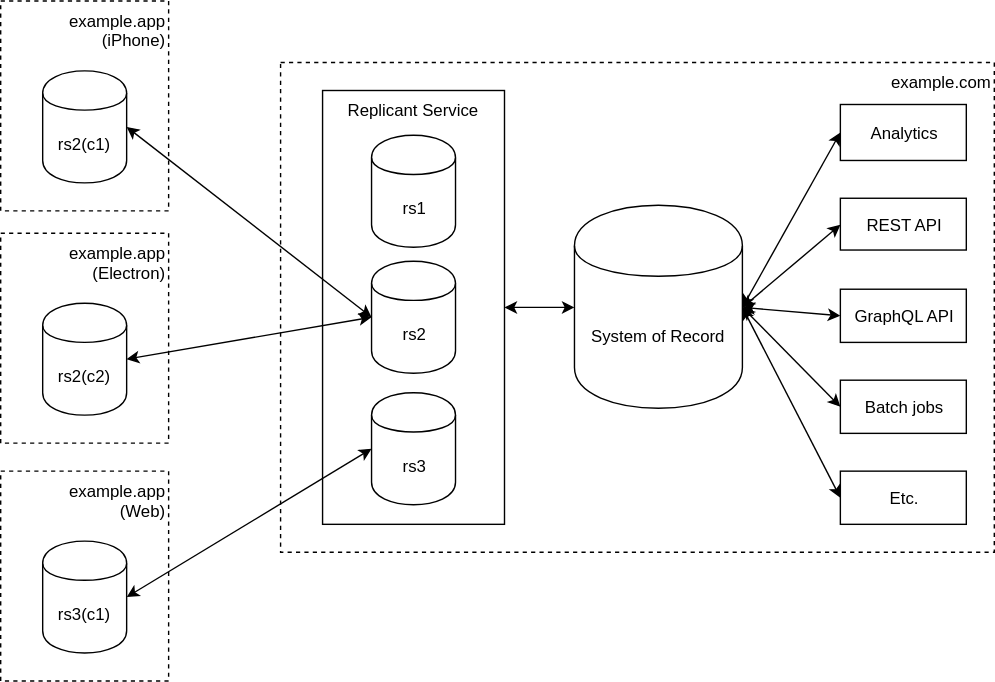
Before: replicant.svg, a diagram exported from draw.io (rocicorp/diff-server). Source tidied: cells renumbered, new cells last; positions are measured from the earlier drawing's top-left corner, leaving out a move shared by most shapes. The source it was exported from:
```xml
<mxGraphModel>
  <root>
    <mxCell id="0" />
    <mxCell id="1" parent="0" />
    <mxCell id="2" value="example.com" style="rounded=0.5;whiteSpace=wrap;html=1;dashed=1;glass=0;verticalAlign=top;align=right;" parent="1" vertex="1">
      <mxGeometry x="200" y="44" width="510" height="350" as="geometry" />
    </mxCell>
    <mxCell id="3" value="System of Record" style="shape=cylinder;whiteSpace=wrap;html=1;boundedLbl=1;backgroundOutline=1;" parent="1" vertex="1">
      <mxGeometry x="410" y="146" width="120" height="145" as="geometry" />
    </mxCell>
    <mxCell id="4" style="endArrow=classic;html=1;exitX=1;exitY=0.5;exitDx=0;exitDy=0;startArrow=classic;startFill=1;entryX=0;entryY=0.5;entryDx=0;entryDy=0;" parent="1" edge="1" source="8" target="3">
      <mxGeometry relative="1" as="geometry" />
    </mxCell>
    <mxCell id="5" style="endArrow=classic;startArrow=classic;html=1;exitX=1;exitY=0.5;exitDx=0;exitDy=0;entryX=0;entryY=0.5;entryDx=0;entryDy=0;" parent="1" edge="1" source="3" target="7">
      <mxGeometry relative="1" as="geometry" />
    </mxCell>
    <mxCell id="6" style="endArrow=classic;startArrow=classic;html=1;exitX=1;exitY=0.5;exitDx=0;exitDy=0;entryX=0;entryY=0.5;entryDx=0;entryDy=0;" parent="1" edge="1" source="3" target="12">
      <mxGeometry relative="1" as="geometry" />
    </mxCell>
    <mxCell id="7" value="Analytics&lt;br&gt;" style="rounded=0;whiteSpace=wrap;html=1;" parent="1" vertex="1">
      <mxGeometry x="600" y="74" width="90" height="40" as="geometry" />
    </mxCell>
    <mxCell id="8" value="Replicant Service" style="rounded=0;whiteSpace=wrap;html=1;verticalAlign=top;" parent="1" vertex="1">
      <mxGeometry x="230" y="64" width="130" height="310" as="geometry" />
    </mxCell>
    <mxCell id="9" value="rs1" style="shape=cylinder;whiteSpace=wrap;html=1;boundedLbl=1;backgroundOutline=1;rounded=1;glass=0;align=center;" parent="1" vertex="1">
      <mxGeometry x="265" y="96" width="60" height="80" as="geometry" />
    </mxCell>
    <mxCell id="10" value="rs2" style="shape=cylinder;whiteSpace=wrap;html=1;boundedLbl=1;backgroundOutline=1;rounded=1;glass=0;align=center;" parent="1" vertex="1">
      <mxGeometry x="265" y="186" width="60" height="80" as="geometry" />
    </mxCell>
    <mxCell id="11" value="rs3" style="shape=cylinder;whiteSpace=wrap;html=1;boundedLbl=1;backgroundOutline=1;rounded=1;glass=0;align=center;" parent="1" vertex="1">
      <mxGeometry x="265" y="280" width="60" height="80" as="geometry" />
    </mxCell>
    <mxCell id="12" value="REST API&lt;br&gt;" style="rounded=0;whiteSpace=wrap;html=1;" parent="1" vertex="1">
      <mxGeometry x="600" y="141" width="90" height="37" as="geometry" />
    </mxCell>
    <mxCell id="13" value="GraphQL API&lt;br&gt;" style="rounded=0;whiteSpace=wrap;html=1;" parent="1" vertex="1">
      <mxGeometry x="600" y="206" width="90" height="38" as="geometry" />
    </mxCell>
    <mxCell id="14" value="Batch jobs&lt;br&gt;" style="rounded=0;whiteSpace=wrap;html=1;" parent="1" vertex="1">
      <mxGeometry x="600" y="271" width="90" height="38" as="geometry" />
    </mxCell>
    <mxCell id="15" value="Etc.&lt;br&gt;" style="rounded=0;whiteSpace=wrap;html=1;" parent="1" vertex="1">
      <mxGeometry x="600" y="336" width="90" height="38" as="geometry" />
    </mxCell>
    <mxCell id="16" style="endArrow=classic;startArrow=classic;html=1;exitX=1;exitY=0.5;exitDx=0;exitDy=0;entryX=0;entryY=0.5;entryDx=0;entryDy=0;" parent="1" edge="1" source="3" target="13">
      <mxGeometry relative="1" as="geometry" />
    </mxCell>
    <mxCell id="17" style="endArrow=classic;startArrow=classic;html=1;exitX=1;exitY=0.5;exitDx=0;exitDy=0;entryX=0;entryY=0.5;entryDx=0;entryDy=0;" parent="1" edge="1" source="3" target="14">
      <mxGeometry relative="1" as="geometry" />
    </mxCell>
    <mxCell id="18" style="endArrow=classic;startArrow=classic;html=1;exitX=1;exitY=0.5;exitDx=0;exitDy=0;entryX=0;entryY=0.5;entryDx=0;entryDy=0;" parent="1" edge="1" source="3" target="15">
      <mxGeometry relative="1" as="geometry" />
    </mxCell>
    <mxCell id="19" style="group;" parent="1" vertex="1">
      <mxGeometry width="120" height="150" as="geometry" />
    </mxCell>
    <mxCell id="20" value="example.app&lt;br&gt;(iPhone)" style="rounded=0;whiteSpace=wrap;html=1;glass=0;align=right;verticalAlign=top;dashed=1;" parent="19" vertex="1">
      <mxGeometry width="120" height="150" as="geometry" />
    </mxCell>
    <mxCell id="21" value="rs2(c1)" style="shape=cylinder;whiteSpace=wrap;html=1;boundedLbl=1;backgroundOutline=1;rounded=1;glass=0;align=center;" parent="19" vertex="1">
      <mxGeometry x="30" y="50" width="60" height="80" as="geometry" />
    </mxCell>
    <mxCell id="22" style="group;" parent="1" vertex="1">
      <mxGeometry y="166" width="120" height="150" as="geometry" />
    </mxCell>
    <mxCell id="23" value="example.app&lt;br&gt;(Electron)" style="rounded=0;whiteSpace=wrap;html=1;glass=0;align=right;verticalAlign=top;dashed=1;" parent="22" vertex="1">
      <mxGeometry width="120" height="150" as="geometry" />
    </mxCell>
    <mxCell id="24" value="rs2(c2)" style="shape=cylinder;whiteSpace=wrap;html=1;boundedLbl=1;backgroundOutline=1;rounded=1;glass=0;align=center;" parent="22" vertex="1">
      <mxGeometry x="30" y="50" width="60" height="80" as="geometry" />
    </mxCell>
    <mxCell id="25" style="group;" parent="1" vertex="1">
      <mxGeometry y="336" width="120" height="150" as="geometry" />
    </mxCell>
    <mxCell id="26" value="example.app&lt;br&gt;(Web)" style="rounded=0;whiteSpace=wrap;html=1;glass=0;align=right;verticalAlign=top;dashed=1;" parent="25" vertex="1">
      <mxGeometry width="120" height="150" as="geometry" />
    </mxCell>
    <mxCell id="27" value="rs3(c1)" style="shape=cylinder;whiteSpace=wrap;html=1;boundedLbl=1;backgroundOutline=1;rounded=1;glass=0;align=center;" parent="25" vertex="1">
      <mxGeometry x="30" y="50" width="60" height="80" as="geometry" />
    </mxCell>
    <mxCell id="28" style="endArrow=classic;startArrow=classic;html=1;entryX=0;entryY=0.5;entryDx=0;entryDy=0;exitX=1;exitY=0.5;exitDx=0;exitDy=0;" parent="1" edge="1" source="27" target="11">
      <mxGeometry relative="1" as="geometry" />
    </mxCell>
    <mxCell id="29" style="endArrow=classic;startArrow=classic;html=1;entryX=0;entryY=0.5;entryDx=0;entryDy=0;exitX=1;exitY=0.5;exitDx=0;exitDy=0;" parent="1" edge="1" source="24" target="10">
      <mxGeometry relative="1" as="geometry" />
    </mxCell>
    <mxCell id="30" style="endArrow=classic;startArrow=classic;html=1;entryX=0;entryY=0.5;entryDx=0;entryDy=0;exitX=1;exitY=0.5;exitDx=0;exitDy=0;" parent="1" edge="1" source="21" target="10">
      <mxGeometry relative="1" as="geometry" />
    </mxCell>
  </root>
</mxGraphModel>
```
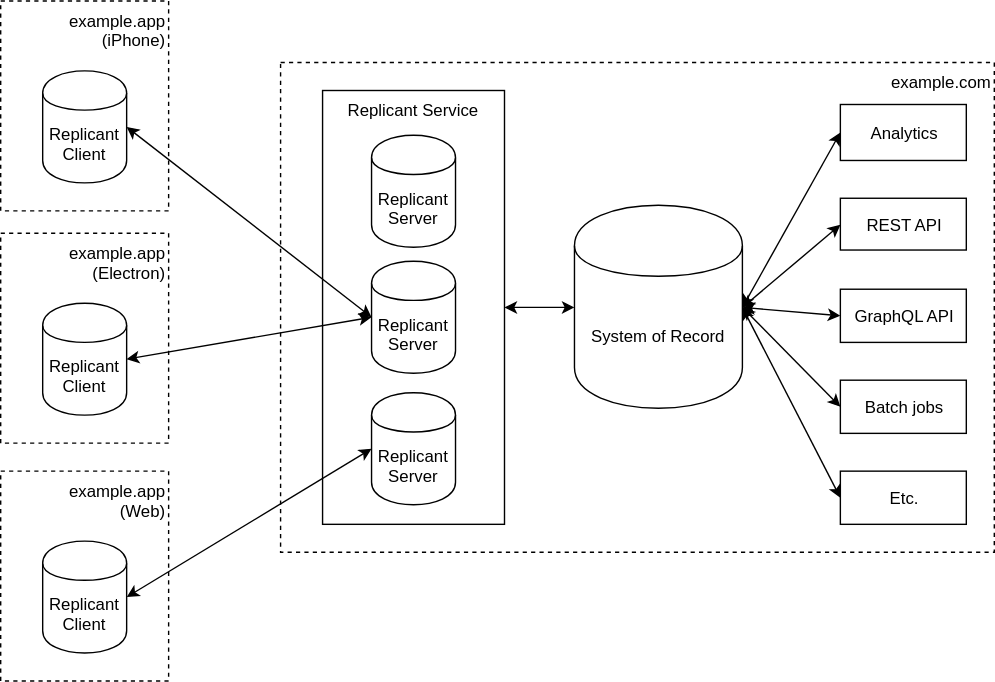
The same file after the commit.

The edit, as a diff of the source:
```diff
@@ -23,13 +23,13 @@
     <mxCell id="8" value="Replicant Service" style="rounded=0;whiteSpace=wrap;html=1;verticalAlign=top;" parent="1" vertex="1">
       <mxGeometry x="230" y="64" width="130" height="310" as="geometry" />
     </mxCell>
-    <mxCell id="9" value="rs1" style="shape=cylinder;whiteSpace=wrap;html=1;boundedLbl=1;backgroundOutline=1;rounded=1;glass=0;align=center;" parent="1" vertex="1">
+    <mxCell id="9" value="Replicant Server" style="shape=cylinder;whiteSpace=wrap;html=1;boundedLbl=1;backgroundOutline=1;rounded=1;glass=0;align=center;" parent="1" vertex="1">
       <mxGeometry x="265" y="96" width="60" height="80" as="geometry" />
     </mxCell>
-    <mxCell id="10" value="rs2" style="shape=cylinder;whiteSpace=wrap;html=1;boundedLbl=1;backgroundOutline=1;rounded=1;glass=0;align=center;" parent="1" vertex="1">
+    <mxCell id="10" value="Replicant Server" style="shape=cylinder;whiteSpace=wrap;html=1;boundedLbl=1;backgroundOutline=1;rounded=1;glass=0;align=center;" parent="1" vertex="1">
       <mxGeometry x="265" y="186" width="60" height="80" as="geometry" />
     </mxCell>
-    <mxCell id="11" value="rs3" style="shape=cylinder;whiteSpace=wrap;html=1;boundedLbl=1;backgroundOutline=1;rounded=1;glass=0;align=center;" parent="1" vertex="1">
+    <mxCell id="11" value="Replicant Server" style="shape=cylinder;whiteSpace=wrap;html=1;boundedLbl=1;backgroundOutline=1;rounded=1;glass=0;align=center;" parent="1" vertex="1">
       <mxGeometry x="265" y="280" width="60" height="80" as="geometry" />
     </mxCell>
     <mxCell id="12" value="REST API&lt;br&gt;" style="rounded=0;whiteSpace=wrap;html=1;" parent="1" vertex="1">
@@ -54,12 +54,12 @@
       <mxGeometry relative="1" as="geometry" />
     </mxCell>
     <mxCell id="19" style="group;" parent="1" vertex="1">
-      <mxGeometry width="120" height="150" as="geometry" />
+      <mxGeometry width="150" height="330" as="geometry" />
     </mxCell>
     <mxCell id="20" value="example.app&lt;br&gt;(iPhone)" style="rounded=0;whiteSpace=wrap;html=1;glass=0;align=right;verticalAlign=top;dashed=1;" parent="19" vertex="1">
       <mxGeometry width="120" height="150" as="geometry" />
     </mxCell>
-    <mxCell id="21" value="rs2(c1)" style="shape=cylinder;whiteSpace=wrap;html=1;boundedLbl=1;backgroundOutline=1;rounded=1;glass=0;align=center;" parent="19" vertex="1">
+    <mxCell id="21" value="Replicant Client" style="shape=cylinder;whiteSpace=wrap;html=1;boundedLbl=1;backgroundOutline=1;rounded=1;glass=0;align=center;" parent="19" vertex="1">
       <mxGeometry x="30" y="50" width="60" height="80" as="geometry" />
     </mxCell>
     <mxCell id="22" style="group;" parent="1" vertex="1">
@@ -68,7 +68,7 @@
     <mxCell id="23" value="example.app&lt;br&gt;(Electron)" style="rounded=0;whiteSpace=wrap;html=1;glass=0;align=right;verticalAlign=top;dashed=1;" parent="22" vertex="1">
       <mxGeometry width="120" height="150" as="geometry" />
     </mxCell>
-    <mxCell id="24" value="rs2(c2)" style="shape=cylinder;whiteSpace=wrap;html=1;boundedLbl=1;backgroundOutline=1;rounded=1;glass=0;align=center;" parent="22" vertex="1">
+    <mxCell id="24" value="Replicant Client" style="shape=cylinder;whiteSpace=wrap;html=1;boundedLbl=1;backgroundOutline=1;rounded=1;glass=0;align=center;" parent="22" vertex="1">
       <mxGeometry x="30" y="50" width="60" height="80" as="geometry" />
     </mxCell>
     <mxCell id="25" style="group;" parent="1" vertex="1">
@@ -77,7 +77,7 @@
     <mxCell id="26" value="example.app&lt;br&gt;(Web)" style="rounded=0;whiteSpace=wrap;html=1;glass=0;align=right;verticalAlign=top;dashed=1;" parent="25" vertex="1">
       <mxGeometry width="120" height="150" as="geometry" />
     </mxCell>
-    <mxCell id="27" value="rs3(c1)" style="shape=cylinder;whiteSpace=wrap;html=1;boundedLbl=1;backgroundOutline=1;rounded=1;glass=0;align=center;" parent="25" vertex="1">
+    <mxCell id="27" value="Replicant Client" style="shape=cylinder;whiteSpace=wrap;html=1;boundedLbl=1;backgroundOutline=1;rounded=1;glass=0;align=center;" parent="25" vertex="1">
       <mxGeometry x="30" y="50" width="60" height="80" as="geometry" />
     </mxCell>
     <mxCell id="28" style="endArrow=classic;startArrow=classic;html=1;entryX=0;entryY=0.5;entryDx=0;entryDy=0;exitX=1;exitY=0.5;exitDx=0;exitDy=0;" parent="1" edge="1" source="27" target="11">
```
